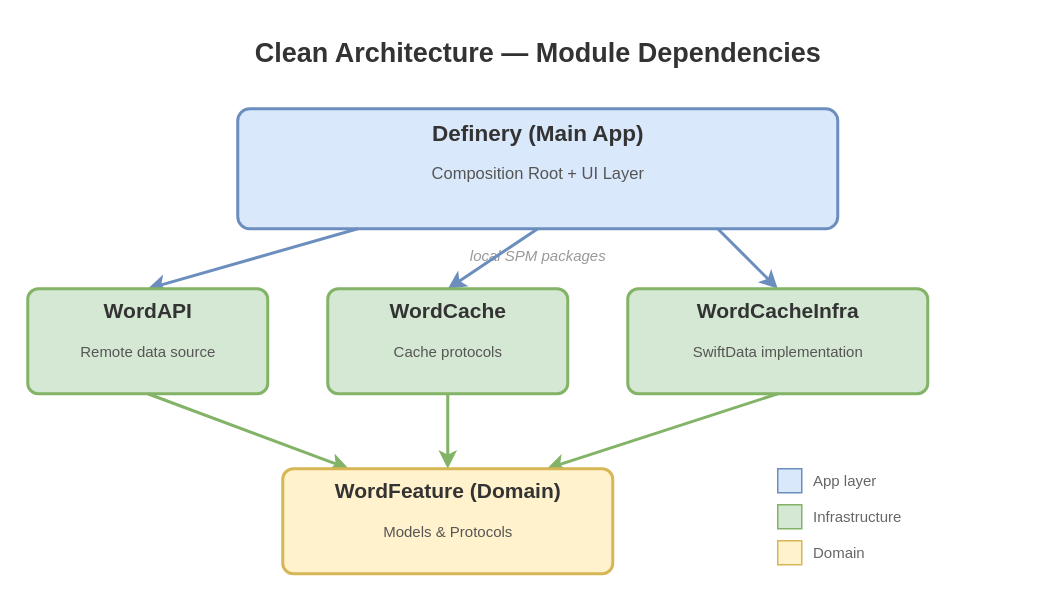
anthony1810/Definery keeps this draw.io diagram as docs/images/clean-architecture.drawio. Above is the earlier version. Source tidied: cells renumbered, new cells numbered last; positions are measured from the earlier drawing's top-left corner, leaving out a move shared by most shapes. Both pictures are drawn from the tidied source at 150%, with x=0, y=0 at pixel (27, 26).
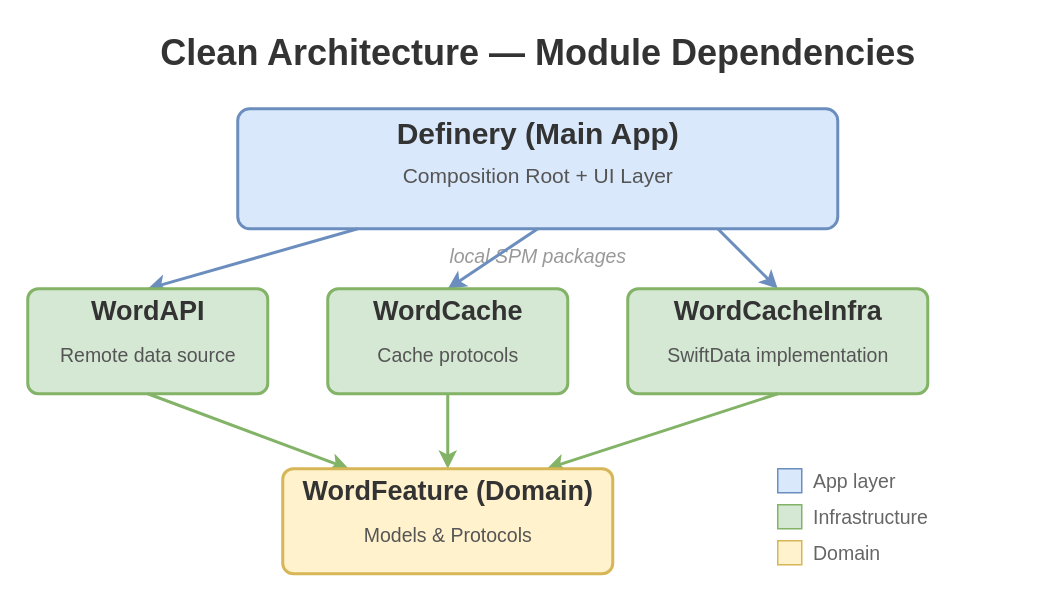
The same page after the edit.

Commit message (it also covers changes not shown here):
Increase font sizes in architecture diagrams

Change to the diagram source:
```diff
@@
-    <mxCell id="2" value="Clean Architecture — Module Dependencies" style="text;html=1;fontSize=18;fontStyle=1;align=center;verticalAlign=middle;fillColor=none;strokeColor=none;fontColor=#333333;" parent="1" vertex="1">
+    <mxCell id="2" value="Clean Architecture — Module Dependencies" style="text;html=1;fontSize=24;fontStyle=1;align=center;verticalAlign=middle;fillColor=none;strokeColor=none;fontColor=#333333;" parent="1" vertex="1">
       <mxGeometry x="20" width="640" height="36" as="geometry" />
     </mxCell>
@@
-    <mxCell id="4" value="Definery (Main App)" style="text;html=1;fontSize=15;fontStyle=1;align=center;verticalAlign=middle;fillColor=none;strokeColor=none;fontColor=#333333;" parent="1" vertex="1">
+    <mxCell id="4" value="Definery (Main App)" style="text;html=1;fontSize=20;fontStyle=1;align=center;verticalAlign=middle;fillColor=none;strokeColor=none;fontColor=#333333;" parent="1" vertex="1">
       <mxGeometry x="220" y="57" width="240" height="28" as="geometry" />
     </mxCell>
-    <mxCell id="5" value="Composition Root + UI Layer" style="text;html=1;fontSize=11;align=center;verticalAlign=top;fillColor=none;strokeColor=none;fontColor=#555555;" parent="1" vertex="1">
+    <mxCell id="5" value="Composition Root + UI Layer" style="text;html=1;fontSize=14;align=center;verticalAlign=top;fillColor=none;strokeColor=none;fontColor=#555555;" parent="1" vertex="1">
       <mxGeometry x="220" y="85" width="240" height="30" as="geometry" />
     </mxCell>
-    <mxCell id="6" value="local SPM packages" style="text;html=1;fontSize=10;fontStyle=2;align=center;verticalAlign=middle;fillColor=none;strokeColor=none;fontColor=#999999;" parent="1" vertex="1">
+    <mxCell id="6" value="local SPM packages" style="text;html=1;fontSize=13;fontStyle=2;align=center;verticalAlign=middle;fillColor=none;strokeColor=none;fontColor=#999999;" parent="1" vertex="1">
       <mxGeometry x="270" y="143" width="140" height="20" as="geometry" />
     </mxCell>
@@
-    <mxCell id="11" value="WordAPI" style="text;html=1;fontSize=14;fontStyle=1;align=center;verticalAlign=middle;fillColor=none;strokeColor=none;fontColor=#333333;" parent="1" vertex="1">
+    <mxCell id="11" value="WordAPI" style="text;html=1;fontSize=18;fontStyle=1;align=center;verticalAlign=middle;fillColor=none;strokeColor=none;fontColor=#333333;" parent="1" vertex="1">
       <mxGeometry x="20" y="177" width="120" height="26" as="geometry" />
     </mxCell>
-    <mxCell id="12" value="Remote data source" style="text;html=1;fontSize=10;align=center;verticalAlign=top;fillColor=none;strokeColor=none;fontColor=#555555;" parent="1" vertex="1">
+    <mxCell id="12" value="Remote data source" style="text;html=1;fontSize=13;align=center;verticalAlign=top;fillColor=none;strokeColor=none;fontColor=#555555;" parent="1" vertex="1">
       <mxGeometry x="10" y="205" width="140" height="24" as="geometry" />
     </mxCell>
@@
-    <mxCell id="14" value="WordCache" style="text;html=1;fontSize=14;fontStyle=1;align=center;verticalAlign=middle;fillColor=none;strokeColor=none;fontColor=#333333;" parent="1" vertex="1">
+    <mxCell id="14" value="WordCache" style="text;html=1;fontSize=18;fontStyle=1;align=center;verticalAlign=middle;fillColor=none;strokeColor=none;fontColor=#333333;" parent="1" vertex="1">
       <mxGeometry x="215" y="177" width="130" height="26" as="geometry" />
     </mxCell>
-    <mxCell id="15" value="Cache protocols" style="text;html=1;fontSize=10;align=center;verticalAlign=top;fillColor=none;strokeColor=none;fontColor=#555555;" parent="1" vertex="1">
+    <mxCell id="15" value="Cache protocols" style="text;html=1;fontSize=13;align=center;verticalAlign=top;fillColor=none;strokeColor=none;fontColor=#555555;" parent="1" vertex="1">
       <mxGeometry x="215" y="205" width="130" height="24" as="geometry" />
     </mxCell>
@@
-    <mxCell id="17" value="WordCacheInfra" style="text;html=1;fontSize=14;fontStyle=1;align=center;verticalAlign=middle;fillColor=none;strokeColor=none;fontColor=#333333;" parent="1" vertex="1">
+    <mxCell id="17" value="WordCacheInfra" style="text;html=1;fontSize=18;fontStyle=1;align=center;verticalAlign=middle;fillColor=none;strokeColor=none;fontColor=#333333;" parent="1" vertex="1">
       <mxGeometry x="420" y="177" width="160" height="26" as="geometry" />
     </mxCell>
-    <mxCell id="18" value="SwiftData implementation" style="text;html=1;fontSize=10;align=center;verticalAlign=top;fillColor=none;strokeColor=none;fontColor=#555555;" parent="1" vertex="1">
+    <mxCell id="18" value="SwiftData implementation" style="text;html=1;fontSize=13;align=center;verticalAlign=top;fillColor=none;strokeColor=none;fontColor=#555555;" parent="1" vertex="1">
       <mxGeometry x="415" y="205" width="170" height="24" as="geometry" />
     </mxCell>
@@
-    <mxCell id="23" value="WordFeature (Domain)" style="text;html=1;fontSize=14;fontStyle=1;align=center;verticalAlign=middle;fillColor=none;strokeColor=none;fontColor=#333333;" parent="1" vertex="1">
+    <mxCell id="23" value="WordFeature (Domain)" style="text;html=1;fontSize=18;fontStyle=1;align=center;verticalAlign=middle;fillColor=none;strokeColor=none;fontColor=#333333;" parent="1" vertex="1">
       <mxGeometry x="185" y="297" width="190" height="26" as="geometry" />
     </mxCell>
-    <mxCell id="24" value="Models &amp; Protocols" style="text;html=1;fontSize=10;align=center;verticalAlign=top;fillColor=none;strokeColor=none;fontColor=#555555;" parent="1" vertex="1">
+    <mxCell id="24" value="Models &amp; Protocols" style="text;html=1;fontSize=13;align=center;verticalAlign=top;fillColor=none;strokeColor=none;fontColor=#555555;" parent="1" vertex="1">
       <mxGeometry x="210" y="325" width="140" height="24" as="geometry" />
     </mxCell>
@@
-    <mxCell id="26" value="App layer" style="text;html=1;fontSize=10;align=left;verticalAlign=middle;fillColor=none;strokeColor=none;fontColor=#666666;" parent="1" vertex="1">
+    <mxCell id="26" value="App layer" style="text;html=1;fontSize=13;align=left;verticalAlign=middle;fillColor=none;strokeColor=none;fontColor=#666666;" parent="1" vertex="1">
       <mxGeometry x="522" y="291" width="80" height="24" as="geometry" />
     </mxCell>
@@
-    <mxCell id="28" value="Infrastructure" style="text;html=1;fontSize=10;align=left;verticalAlign=middle;fillColor=none;strokeColor=none;fontColor=#666666;" parent="1" vertex="1">
+    <mxCell id="28" value="Infrastructure" style="text;html=1;fontSize=13;align=left;verticalAlign=middle;fillColor=none;strokeColor=none;fontColor=#666666;" parent="1" vertex="1">
       <mxGeometry x="522" y="315" width="80" height="24" as="geometry" />
     </mxCell>
@@
-    <mxCell id="30" value="Domain" style="text;html=1;fontSize=10;align=left;verticalAlign=middle;fillColor=none;strokeColor=none;fontColor=#666666;" parent="1" vertex="1">
+    <mxCell id="30" value="Domain" style="text;html=1;fontSize=13;align=left;verticalAlign=middle;fillColor=none;strokeColor=none;fontColor=#666666;" parent="1" vertex="1">
       <mxGeometry x="522" y="339" width="80" height="24" as="geometry" />
     </mxCell>
```
